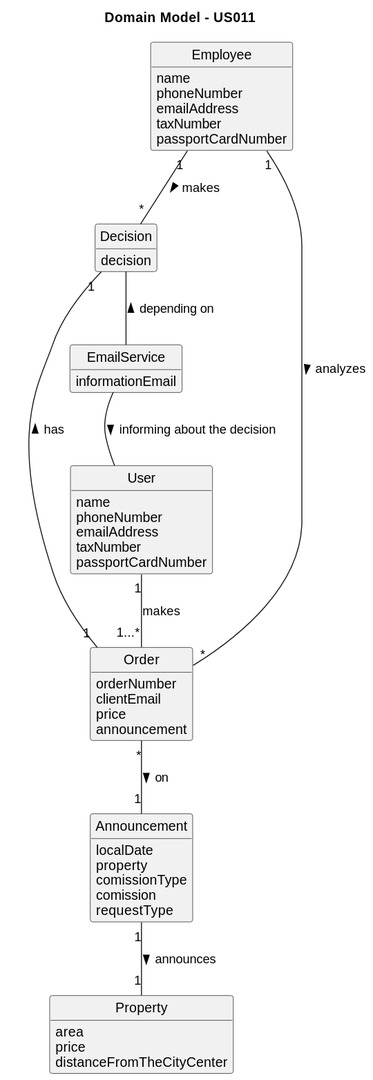
Earlier version of the PlantUML export docs/sprintD/us011/02.analysis/svg/us011-domain-model.svg (1220812/LAPR2).
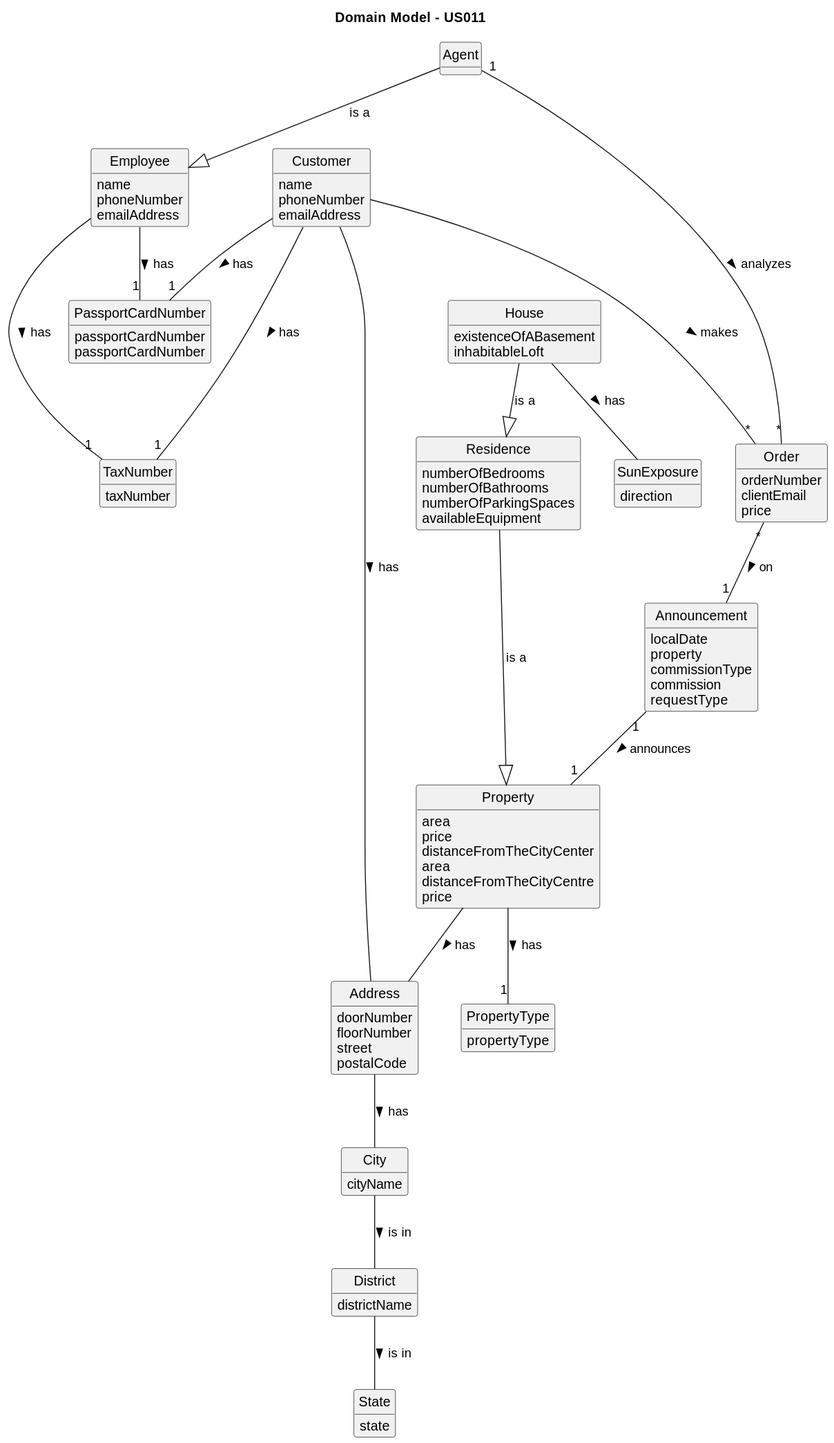
Later version of the same file.

Diff of the diagram source:
```diff
@@ -2,6 +2,7 @@
 skinparam monochrome true
 skinparam packageStyle rectangle
 skinparam shadowing false
+skinparam lyne type ortho
 
 
 skinparam classAttributeIconSize 0
@@ -21,49 +22,105 @@
 name
 phoneNumber
 emailAddress
-taxNumber
-passportCardNumber
 }
 
-class Decision{
-decision
+class Agent{
 }
 
 class Order{
 orderNumber
 clientEmail
 price
-announcement
 }
 
 
-class User{
+class Customer{
 name
 phoneNumber
 emailAddress
-taxNumber
-passportCardNumber
 }
 
 class Announcement{
 localDate
 property
-comissionType
-comission
+commissionType
+commission
 requestType
 }
 
-class EmailService{
-informationEmail
+class Property{
+area
+distanceFromTheCityCentre
+price
 }
 
+class Residence{
+numberOfBedrooms
+numberOfBathrooms
+numberOfParkingSpaces
+availableEquipment
+}
 
-Employee "1" -- "*" Decision : makes >
+class House{
+existenceOfABasement
+inhabitableLoft
+}
+
+class SunExposure{
+direction
+}
+
+class PropertyType{
+propertyType
+}
+
+class PassportCardNumber{
+passportCardNumber
+}
+
+class District{
+districtName
+}
+
+class State{
+state
+}
+
+class City{
+cityName
+}
+
+class Address{
+doorNumber
+floorNumber
+street
+postalCode
+}
+
+class TaxNumber{
+taxNumber
+}
+
+class PassportCardNumber{
+passportCardNumber
+}
+
 Announcement "1" -- "1" Property : announces >
-User "1" -- "1...*" Order : makes
 Order "*" -- "1" Announcement : > on
-Employee "1" --"*" Order : analyzes >
-Decision "1" -- "1" Order : has <
-Decision -- EmailService : depending on <
-EmailService -- User : informing about the decision >
+Agent "1" --"*" Order : analyzes >
+Agent --|> Employee : is a
+Residence ---|> Property : is a
+House --|> Residence : is a
+House -- SunExposure : has >
+Customer -- "1" TaxNumber : has >
+Customer -- "1" PassportCardNumber : has >
+Employee --- "1" TaxNumber : has >
+Employee -- "1" PassportCardNumber : has >
+Property -- Address : has >
+Address -- City : has >
+City -- District : is in >
+District -- State : is in >
+Customer -- Address : has >
+Property -- "1" PropertyType : has >
+Customer --- "*" Order : makes >
 @enduml
```
